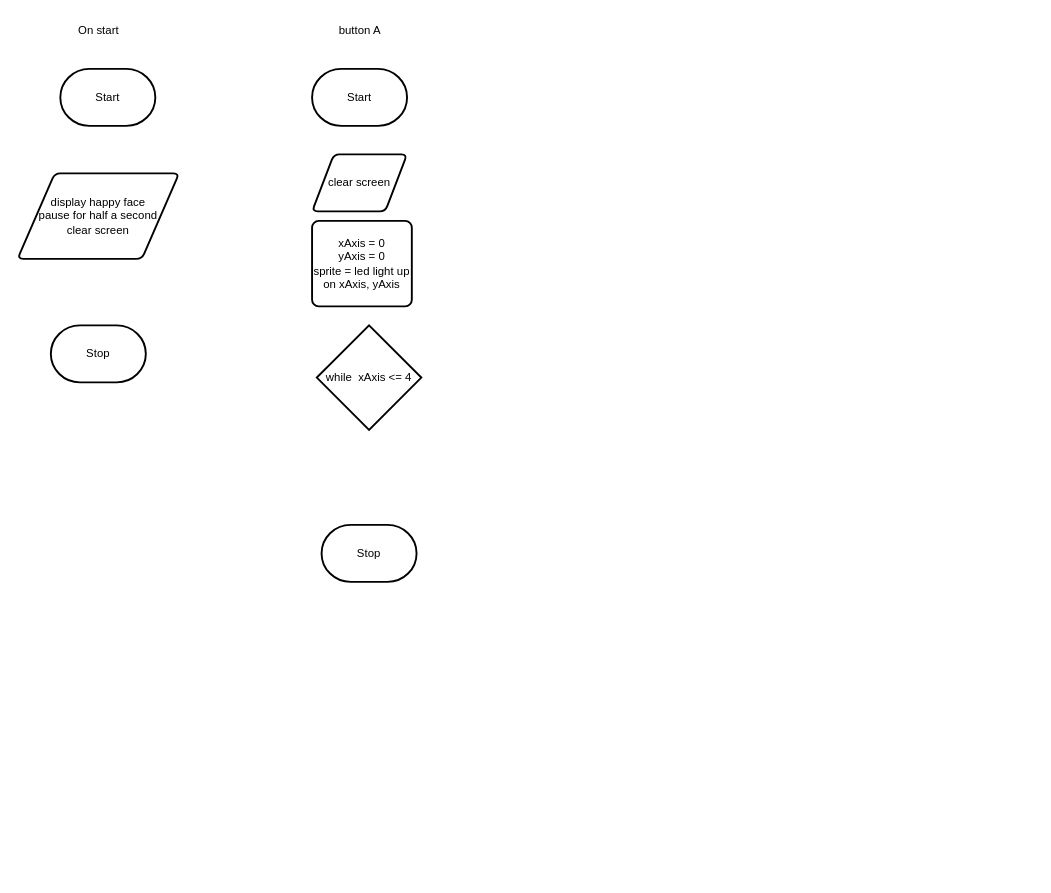
MTHS-TEJ2O-1-2023/TEJ2O-Unit-2-14-michael-bruneau keeps this draw.io diagram as design/flowchart.drawio. Above is the earlier version. Source tidied: cells renumbered, new cells numbered last; positions are measured from the earlier drawing's top-left corner, leaving out a move shared by most shapes. Both pictures are drawn from the tidied source at 95%, with x=0, y=0 at pixel (17, 16).
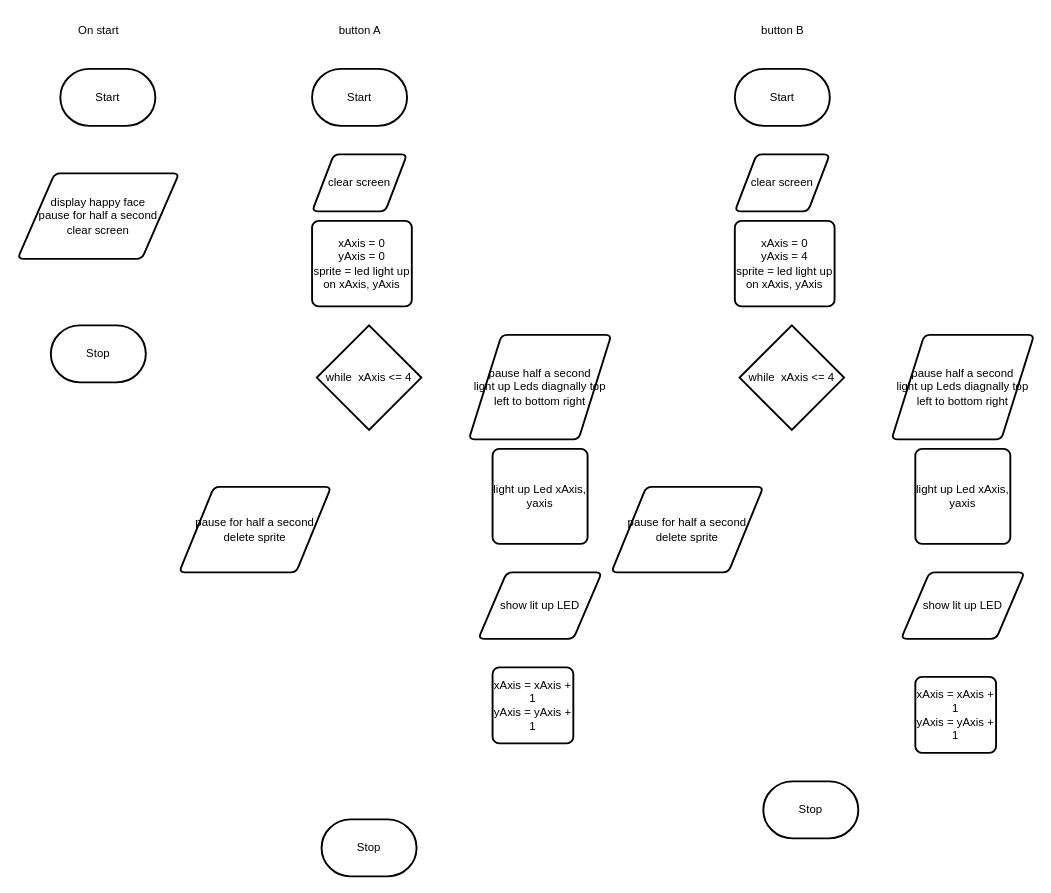
Above is the later version.

What changed in the source:
```diff
@@
     <mxCell id="7" value="Stop" style="strokeWidth=2;html=1;shape=mxgraph.flowchart.terminator;whiteSpace=wrap;" parent="1" vertex="1">
-      <mxGeometry x="320" y="535" width="100" height="60" as="geometry" />
+      <mxGeometry x="320" y="845" width="100" height="60" as="geometry" />
     </mxCell>
@@
+    <mxCell id="12" value="pause half a second&lt;br&gt;light up Leds diagnally top left to bottom right" style="shape=parallelogram;html=1;strokeWidth=2;perimeter=parallelogramPerimeter;whiteSpace=wrap;rounded=1;arcSize=12;size=0.23;" parent="1" vertex="1">
+      <mxGeometry x="475" y="335" width="150" height="110" as="geometry" />
+    </mxCell>
+    <mxCell id="13" value="light up Led xAxis, yaxis" style="rounded=1;whiteSpace=wrap;html=1;absoluteArcSize=1;arcSize=14;strokeWidth=2;" parent="1" vertex="1">
+      <mxGeometry x="500" y="455" width="100" height="100" as="geometry" />
+    </mxCell>
+    <mxCell id="14" value="show lit up LED" style="shape=parallelogram;html=1;strokeWidth=2;perimeter=parallelogramPerimeter;whiteSpace=wrap;rounded=1;arcSize=12;size=0.23;" parent="1" vertex="1">
+      <mxGeometry x="485" y="585" width="130" height="70" as="geometry" />
+    </mxCell>
+    <mxCell id="15" value="pause for half a second&lt;br&gt;delete sprite" style="shape=parallelogram;html=1;strokeWidth=2;perimeter=parallelogramPerimeter;whiteSpace=wrap;rounded=1;arcSize=12;size=0.23;" parent="1" vertex="1">
+      <mxGeometry x="170" y="495" width="160" height="90" as="geometry" />
+    </mxCell>
+    <mxCell id="16" value="Start" style="strokeWidth=2;html=1;shape=mxgraph.flowchart.terminator;whiteSpace=wrap;" parent="1" vertex="1">
+      <mxGeometry x="755" y="55" width="100" height="60" as="geometry" />
+    </mxCell>
+    <mxCell id="17" value="Stop" style="strokeWidth=2;html=1;shape=mxgraph.flowchart.terminator;whiteSpace=wrap;" parent="1" vertex="1">
+      <mxGeometry x="785" y="805" width="100" height="60" as="geometry" />
+    </mxCell>
+    <mxCell id="18" value="button B" style="text;html=1;align=center;verticalAlign=middle;strokeColor=none;fillColor=none;" parent="1" vertex="1">
+      <mxGeometry x="770" width="70" height="30" as="geometry" />
+    </mxCell>
+    <mxCell id="19" value="clear screen" style="shape=parallelogram;html=1;strokeWidth=2;perimeter=parallelogramPerimeter;whiteSpace=wrap;rounded=1;arcSize=12;size=0.23;" parent="1" vertex="1">
+      <mxGeometry x="755" y="145" width="100" height="60" as="geometry" />
+    </mxCell>
+    <mxCell id="20" value="xAxis = 0&lt;br&gt;yAxis = 4&lt;br&gt;sprite = led light up on xAxis, yAxis" style="rounded=1;whiteSpace=wrap;html=1;absoluteArcSize=1;arcSize=14;strokeWidth=2;" parent="1" vertex="1">
+      <mxGeometry x="755" y="215" width="105" height="90" as="geometry" />
+    </mxCell>
+    <mxCell id="21" value="while&amp;nbsp; xAxis &amp;lt;= 4" style="strokeWidth=2;html=1;shape=mxgraph.flowchart.decision;whiteSpace=wrap;" parent="1" vertex="1">
+      <mxGeometry x="760" y="325" width="110" height="110" as="geometry" />
+    </mxCell>
+    <mxCell id="22" value="pause half a second&lt;br&gt;light up Leds diagnally top left to bottom right" style="shape=parallelogram;html=1;strokeWidth=2;perimeter=parallelogramPerimeter;whiteSpace=wrap;rounded=1;arcSize=12;size=0.23;" parent="1" vertex="1">
+      <mxGeometry x="920" y="335" width="150" height="110" as="geometry" />
+    </mxCell>
+    <mxCell id="23" value="light up Led xAxis, yaxis" style="rounded=1;whiteSpace=wrap;html=1;absoluteArcSize=1;arcSize=14;strokeWidth=2;" parent="1" vertex="1">
+      <mxGeometry x="945" y="455" width="100" height="100" as="geometry" />
+    </mxCell>
+    <mxCell id="24" value="show lit up LED" style="shape=parallelogram;html=1;strokeWidth=2;perimeter=parallelogramPerimeter;whiteSpace=wrap;rounded=1;arcSize=12;size=0.23;" parent="1" vertex="1">
+      <mxGeometry x="930" y="585" width="130" height="70" as="geometry" />
+    </mxCell>
+    <mxCell id="25" value="pause for half a second&lt;br&gt;delete sprite" style="shape=parallelogram;html=1;strokeWidth=2;perimeter=parallelogramPerimeter;whiteSpace=wrap;rounded=1;arcSize=12;size=0.23;" parent="1" vertex="1">
+      <mxGeometry x="625" y="495" width="160" height="90" as="geometry" />
+    </mxCell>
+    <mxCell id="26" value="xAxis = xAxis + 1&lt;br&gt;yAxis = yAxis + 1" style="rounded=1;whiteSpace=wrap;html=1;absoluteArcSize=1;arcSize=14;strokeWidth=2;" parent="1" vertex="1">
+      <mxGeometry x="500" y="685" width="85" height="80" as="geometry" />
+    </mxCell>
+    <mxCell id="27" value="xAxis = xAxis + 1&lt;br&gt;yAxis = yAxis + 1" style="rounded=1;whiteSpace=wrap;html=1;absoluteArcSize=1;arcSize=14;strokeWidth=2;" parent="1" vertex="1">
+      <mxGeometry x="945" y="695" width="85" height="80" as="geometry" />
+    </mxCell>
```
